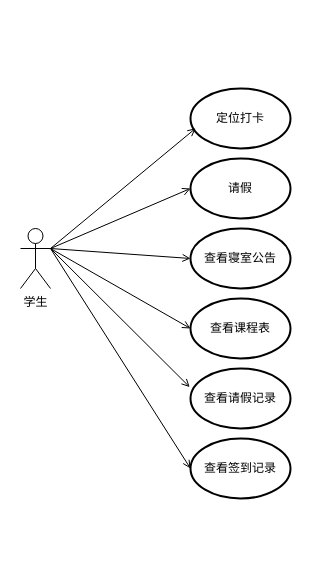
Earlier version of the draw.io diagram 未命名绘图.drawio (LionisHero/JAVA). Source tidied: cells renumbered, new cells numbered last; positions are measured from the earlier drawing's top-left corner, leaving out a move shared by most shapes. Both pictures are drawn from the tidied source at 100%, with x=0, y=0 at pixel (20, 88).
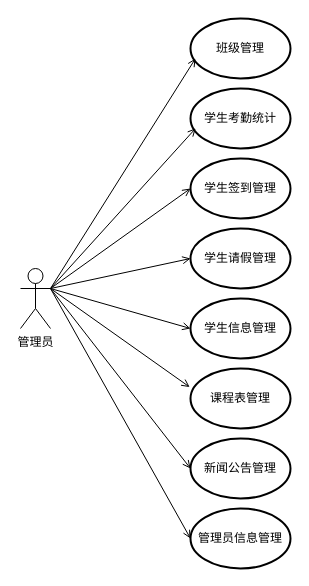
After the change.

Commit message (it also covers changes not shown here):
更新未命名绘图.drawio

The edit, as a diff of the source:
```diff
@@
-    <mxCell id="2" value="学生" style="shape=umlActor;verticalLabelPosition=bottom;verticalAlign=top;html=1;outlineConnect=0;" parent="1" vertex="1">
-      <mxGeometry y="140" width="30" height="60" as="geometry" />
+    <mxCell id="2" value="管理员" style="shape=umlActor;verticalLabelPosition=bottom;verticalAlign=top;html=1;outlineConnect=0;" parent="1" vertex="1">
+      <mxGeometry y="180" width="30" height="60" as="geometry" />
     </mxCell>
-    <mxCell id="3" value="定位打卡" style="strokeWidth=2;html=1;shape=mxgraph.flowchart.start_1;whiteSpace=wrap;" parent="1" vertex="1">
+    <mxCell id="3" value="学生考勤统计" style="strokeWidth=2;html=1;shape=mxgraph.flowchart.start_1;whiteSpace=wrap;" parent="1" vertex="1">
       <mxGeometry x="170" width="100" height="60" as="geometry" />
     </mxCell>
     <mxCell id="4" style="endArrow=open;html=1;rounded=0;entryX=0.052;entryY=0.663;entryDx=0;entryDy=0;entryPerimeter=0;endFill=0;" parent="1" edge="1" target="3">
       <mxGeometry relative="1" as="geometry">
-        <mxPoint x="30" y="160" as="sourcePoint" />
+        <mxPoint x="30" y="200" as="sourcePoint" />
       </mxGeometry>
     </mxCell>
-    <mxCell id="5" value="请假" style="strokeWidth=2;html=1;shape=mxgraph.flowchart.start_1;whiteSpace=wrap;" parent="1" vertex="1">
+    <mxCell id="5" value="学生签到管理" style="strokeWidth=2;html=1;shape=mxgraph.flowchart.start_1;whiteSpace=wrap;" parent="1" vertex="1">
       <mxGeometry x="170" y="70" width="100" height="60" as="geometry" />
     </mxCell>
     <mxCell id="6" style="endArrow=open;html=1;rounded=0;entryX=0;entryY=0.5;entryDx=0;entryDy=0;entryPerimeter=0;endFill=0;" parent="1" edge="1" target="5">
       <mxGeometry relative="1" as="geometry">
-        <mxPoint x="30" y="160" as="sourcePoint" />
+        <mxPoint x="30" y="200" as="sourcePoint" />
       </mxGeometry>
     </mxCell>
-    <mxCell id="7" value="查看寝室公告" style="strokeWidth=2;html=1;shape=mxgraph.flowchart.start_1;whiteSpace=wrap;" parent="1" vertex="1">
+    <mxCell id="7" value="学生请假管理" style="strokeWidth=2;html=1;shape=mxgraph.flowchart.start_1;whiteSpace=wrap;" parent="1" vertex="1">
       <mxGeometry x="170" y="140" width="100" height="60" as="geometry" />
     </mxCell>
     <mxCell id="8" style="endArrow=open;html=1;rounded=0;entryX=0;entryY=0.5;entryDx=0;entryDy=0;entryPerimeter=0;endFill=0;" parent="1" edge="1" target="7">
       <mxGeometry relative="1" as="geometry">
-        <mxPoint x="30" y="160" as="sourcePoint" />
+        <mxPoint x="30" y="200" as="sourcePoint" />
       </mxGeometry>
     </mxCell>
-    <mxCell id="9" value="查看请假记录" style="strokeWidth=2;html=1;shape=mxgraph.flowchart.start_1;whiteSpace=wrap;" parent="1" vertex="1">
+    <mxCell id="9" value="课程表管理" style="strokeWidth=2;html=1;shape=mxgraph.flowchart.start_1;whiteSpace=wrap;" parent="1" vertex="1">
       <mxGeometry x="170" y="280" width="100" height="60" as="geometry" />
     </mxCell>
     <mxCell id="10" style="endArrow=open;html=1;rounded=0;entryX=-0.008;entryY=0.31;entryDx=0;entryDy=0;entryPerimeter=0;endFill=0;" parent="1" edge="1" target="9">
       <mxGeometry relative="1" as="geometry">
-        <mxPoint x="30" y="160" as="sourcePoint" />
+        <mxPoint x="30" y="200" as="sourcePoint" />
       </mxGeometry>
     </mxCell>
-    <mxCell id="11" value="查看课程表" style="strokeWidth=2;html=1;shape=mxgraph.flowchart.start_1;whiteSpace=wrap;" parent="1" vertex="1">
+    <mxCell id="11" value="学生信息管理" style="strokeWidth=2;html=1;shape=mxgraph.flowchart.start_1;whiteSpace=wrap;" parent="1" vertex="1">
       <mxGeometry x="170" y="210" width="100" height="60" as="geometry" />
     </mxCell>
     <mxCell id="12" style="endArrow=open;html=1;rounded=0;entryX=0;entryY=0.5;entryDx=0;entryDy=0;entryPerimeter=0;endFill=0;" parent="1" edge="1" target="11">
       <mxGeometry relative="1" as="geometry">
-        <mxPoint x="30" y="160" as="sourcePoint" />
+        <mxPoint x="30" y="200" as="sourcePoint" />
       </mxGeometry>
     </mxCell>
-    <mxCell id="13" value="查看签到记录" style="strokeWidth=2;html=1;shape=mxgraph.flowchart.start_1;whiteSpace=wrap;" parent="1" vertex="1">
+    <mxCell id="13" value="新闻公告管理" style="strokeWidth=2;html=1;shape=mxgraph.flowchart.start_1;whiteSpace=wrap;" parent="1" vertex="1">
       <mxGeometry x="170" y="350" width="100" height="60" as="geometry" />
     </mxCell>
@@
+    <mxCell id="15" value="班级管理" style="strokeWidth=2;html=1;shape=mxgraph.flowchart.start_1;whiteSpace=wrap;" parent="1" vertex="1">
+      <mxGeometry x="170" y="-70" width="100" height="60" as="geometry" />
+    </mxCell>
+    <mxCell id="16" style="endArrow=open;html=1;rounded=0;entryX=0.052;entryY=0.663;entryDx=0;entryDy=0;entryPerimeter=0;endFill=0;" parent="1" edge="1">
+      <mxGeometry relative="1" as="geometry">
+        <mxPoint x="30" y="200" as="sourcePoint" />
+        <mxPoint x="175" y="-30" as="targetPoint" />
+      </mxGeometry>
+    </mxCell>
+    <mxCell id="17" value="管理员信息管理" style="strokeWidth=2;html=1;shape=mxgraph.flowchart.start_1;whiteSpace=wrap;" parent="1" vertex="1">
+      <mxGeometry x="170" y="420" width="100" height="60" as="geometry" />
+    </mxCell>
+    <mxCell id="18" style="endArrow=open;html=1;rounded=0;entryX=0;entryY=0.5;entryDx=0;entryDy=0;entryPerimeter=0;endFill=0;exitX=1;exitY=0.3333333333333333;exitDx=0;exitDy=0;exitPerimeter=0;" parent="1" edge="1" source="2" target="17">
+      <mxGeometry relative="1" as="geometry" />
+    </mxCell>
```
